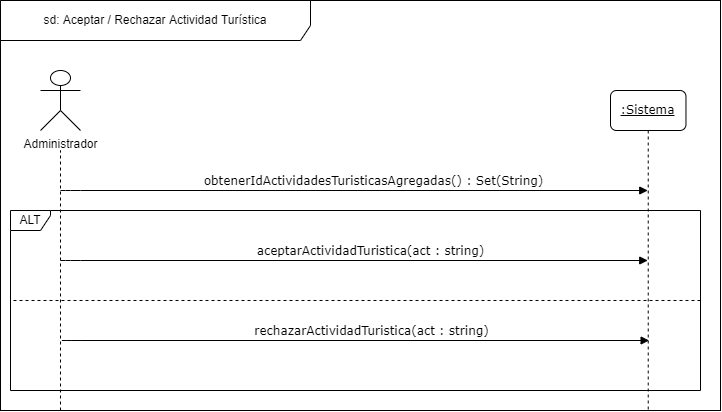
Before: docs/Iteración 2/Análisis/DSS Estación de trabajo/AceptarRechazarActividadTuristica.png, a diagram exported from draw.io (FacundoDiaz00/Taller-de-Programaci-n). Source tidied: cells renumbered, new cells last; positions are measured from the earlier drawing's top-left corner, leaving out a move shared by most shapes. The source it was exported from:
```xml
<mxGraphModel>
  <root>
    <mxCell id="0" />
    <mxCell id="1" parent="0" />
    <mxCell id="2" style="rounded=0;whiteSpace=wrap;html=1;" parent="1" vertex="1">
      <mxGeometry width="720" height="410" as="geometry" />
    </mxCell>
    <mxCell id="3" value="sd: Aceptar / Rechazar Actividad Turística" style="shape=umlFrame;whiteSpace=wrap;html=1;width=310;height=40;" parent="1" vertex="1">
      <mxGeometry width="720" height="410" as="geometry" />
    </mxCell>
    <mxCell id="4" value="Administrador" style="shape=umlActor;verticalLabelPosition=bottom;verticalAlign=top;html=1;rounded=1;" parent="1" vertex="1">
      <mxGeometry x="40" y="70" width="40" height="60" as="geometry" />
    </mxCell>
    <mxCell id="5" value="obtenerIdActividadesTuristicasAgregadas() : Set(String)" style="html=1;verticalAlign=bottom;endArrow=block;labelBackgroundColor=none;fontFamily=Verdana;fontSize=12;edgeStyle=elbowEdgeStyle;elbow=vertical;" parent="1" edge="1" target="8">
      <mxGeometry x="0.07" relative="1" as="geometry">
        <mxPoint x="60" y="190" as="sourcePoint" />
        <Array as="points">
          <mxPoint x="70" y="190" />
        </Array>
      </mxGeometry>
    </mxCell>
    <mxCell id="6" value="ALT" style="shape=umlFrame;whiteSpace=wrap;html=1;width=40;height=20;" parent="1" vertex="1">
      <mxGeometry x="10" y="210" width="690" height="180" as="geometry" />
    </mxCell>
    <mxCell id="7" style="endArrow=none;dashed=1;html=1;" parent="1" edge="1">
      <mxGeometry relative="1" as="geometry">
        <mxPoint x="60" y="410" as="sourcePoint" />
        <mxPoint x="60" y="150" as="targetPoint" />
      </mxGeometry>
    </mxCell>
    <mxCell id="8" value="&lt;u&gt;:Sistema&lt;/u&gt;" style="shape=umlLifeline;perimeter=lifelinePerimeter;whiteSpace=wrap;html=1;outlineConnect=0;rounded=1;shadow=0;comic=0;labelBackgroundColor=none;strokeWidth=1;fontFamily=Verdana;fontSize=12;align=center;" parent="1" vertex="1">
      <mxGeometry x="610" y="90" width="75.5" height="320" as="geometry" />
    </mxCell>
    <mxCell id="9" value="aceptarActividadTuristica(act : string)" style="html=1;verticalAlign=bottom;endArrow=block;labelBackgroundColor=none;fontFamily=Verdana;fontSize=12;edgeStyle=elbowEdgeStyle;elbow=vertical;" parent="1" edge="1">
      <mxGeometry x="0.06" relative="1" as="geometry">
        <mxPoint x="60" y="260" as="sourcePoint" />
        <mxPoint x="647.2" y="260" as="targetPoint" />
        <Array as="points">
          <mxPoint x="70" y="260" />
        </Array>
      </mxGeometry>
    </mxCell>
    <mxCell id="10" value="rechazarActividadTuristica(act : string)" style="html=1;verticalAlign=bottom;endArrow=block;labelBackgroundColor=none;fontFamily=Verdana;fontSize=12;edgeStyle=elbowEdgeStyle;elbow=vertical;" parent="1" edge="1">
      <mxGeometry x="0.06" relative="1" as="geometry">
        <mxPoint x="61.4" y="340" as="sourcePoint" />
        <mxPoint x="648.6" y="340" as="targetPoint" />
        <Array as="points">
          <mxPoint x="71.4" y="340" />
        </Array>
      </mxGeometry>
    </mxCell>
    <mxCell id="11" style="endArrow=none;dashed=1;html=1;exitX=1;exitY=0.5;exitDx=0;exitDy=0;exitPerimeter=0;entryX=0;entryY=0.5;entryDx=0;entryDy=0;entryPerimeter=0;" parent="1" edge="1" source="6" target="6">
      <mxGeometry relative="1" as="geometry" />
    </mxCell>
  </root>
</mxGraphModel>
```
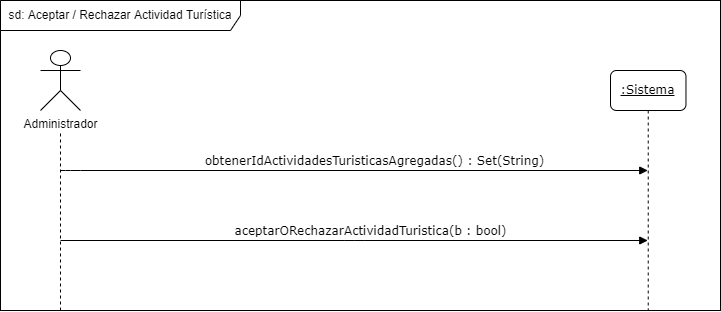
The same diagram one commit later.

Commit message:
corrección en aceptar/rechazar AT

Diff of the diagram source:
```diff
@@ -3,10 +3,10 @@
     <mxCell id="0" />
     <mxCell id="1" parent="0" />
     <mxCell id="2" style="rounded=0;whiteSpace=wrap;html=1;" parent="1" vertex="1">
-      <mxGeometry width="720" height="410" as="geometry" />
+      <mxGeometry y="20" width="720" height="310" as="geometry" />
     </mxCell>
-    <mxCell id="3" value="sd: Aceptar / Rechazar Actividad Turística" style="shape=umlFrame;whiteSpace=wrap;html=1;width=310;height=40;" parent="1" vertex="1">
-      <mxGeometry width="720" height="410" as="geometry" />
+    <mxCell id="3" value="sd: Aceptar / Rechazar Actividad Turística" style="shape=umlFrame;whiteSpace=wrap;html=1;width=240;height=30;" parent="1" vertex="1">
+      <mxGeometry y="20" width="720" height="310" as="geometry" />
     </mxCell>
     <mxCell id="4" value="Administrador" style="shape=umlActor;verticalLabelPosition=bottom;verticalAlign=top;html=1;rounded=1;" parent="1" vertex="1">
       <mxGeometry x="40" y="70" width="40" height="60" as="geometry" />
@@ -19,38 +19,20 @@
         </Array>
       </mxGeometry>
     </mxCell>
-    <mxCell id="6" value="ALT" style="shape=umlFrame;whiteSpace=wrap;html=1;width=40;height=20;" parent="1" vertex="1">
-      <mxGeometry x="10" y="210" width="690" height="180" as="geometry" />
-    </mxCell>
     <mxCell id="7" style="endArrow=none;dashed=1;html=1;" parent="1" edge="1">
       <mxGeometry relative="1" as="geometry">
-        <mxPoint x="60" y="410" as="sourcePoint" />
+        <mxPoint x="60" y="330" as="sourcePoint" />
         <mxPoint x="60" y="150" as="targetPoint" />
       </mxGeometry>
     </mxCell>
     <mxCell id="8" value="&lt;u&gt;:Sistema&lt;/u&gt;" style="shape=umlLifeline;perimeter=lifelinePerimeter;whiteSpace=wrap;html=1;outlineConnect=0;rounded=1;shadow=0;comic=0;labelBackgroundColor=none;strokeWidth=1;fontFamily=Verdana;fontSize=12;align=center;" parent="1" vertex="1">
-      <mxGeometry x="610" y="90" width="75.5" height="320" as="geometry" />
+      <mxGeometry x="610" y="90" width="75.5" height="240" as="geometry" />
     </mxCell>
-    <mxCell id="9" value="aceptarActividadTuristica(act : string)" style="html=1;verticalAlign=bottom;endArrow=block;labelBackgroundColor=none;fontFamily=Verdana;fontSize=12;edgeStyle=elbowEdgeStyle;elbow=vertical;" parent="1" edge="1">
+    <mxCell id="9" value="aceptarORechazarActividadTuristica(b : bool)" style="html=1;verticalAlign=bottom;endArrow=block;labelBackgroundColor=none;fontFamily=Verdana;fontSize=12;edgeStyle=elbowEdgeStyle;elbow=vertical;" parent="1" edge="1">
       <mxGeometry x="0.06" relative="1" as="geometry">
         <mxPoint x="60" y="260" as="sourcePoint" />
         <mxPoint x="647.2" y="260" as="targetPoint" />
-        <Array as="points">
-          <mxPoint x="70" y="260" />
-        </Array>
       </mxGeometry>
     </mxCell>
-    <mxCell id="10" value="rechazarActividadTuristica(act : string)" style="html=1;verticalAlign=bottom;endArrow=block;labelBackgroundColor=none;fontFamily=Verdana;fontSize=12;edgeStyle=elbowEdgeStyle;elbow=vertical;" parent="1" edge="1">
-      <mxGeometry x="0.06" relative="1" as="geometry">
-        <mxPoint x="61.4" y="340" as="sourcePoint" />
-        <mxPoint x="648.6" y="340" as="targetPoint" />
-        <Array as="points">
-          <mxPoint x="71.4" y="340" />
-        </Array>
-      </mxGeometry>
-    </mxCell>
-    <mxCell id="11" style="endArrow=none;dashed=1;html=1;exitX=1;exitY=0.5;exitDx=0;exitDy=0;exitPerimeter=0;entryX=0;entryY=0.5;entryDx=0;entryDy=0;entryPerimeter=0;" parent="1" edge="1" source="6" target="6">
-      <mxGeometry relative="1" as="geometry" />
-    </mxCell>
   </root>
 </mxGraphModel>
```
